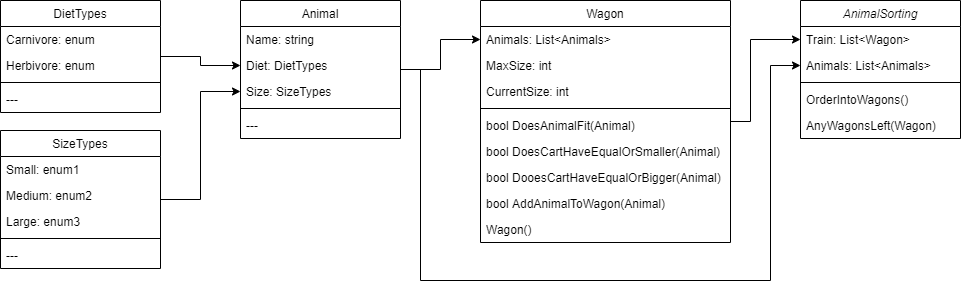
Crafter2000x/AlgoritmiekSemester2 keeps this draw.io diagram as Circustrein/Circustrein klassendiagram.png. Above is the earlier version. Source tidied: cells renumbered, new cells last; positions are measured from the earlier drawing's top-left corner, leaving out a move shared by most shapes. Its diagram source:
```xml
<mxGraphModel>
  <root>
    <mxCell id="0" />
    <mxCell id="1" parent="0" />
    <mxCell id="2" value="AnimalSorting" style="swimlane;fontStyle=2;align=center;verticalAlign=top;horizontal=1;startSize=26;rounded=0;shadow=0;strokeWidth=1;" parent="1" vertex="1">
      <mxGeometry x="800" width="160" height="138" as="geometry" />
    </mxCell>
    <mxCell id="3" value="Train: List&lt;Wagon&gt;" style="text;align=left;verticalAlign=top;spacingLeft=4;spacingRight=4;overflow=hidden;points=[[0,0.5],[1,0.5]];portConstraint=eastwest;rounded=0;shadow=0;html=0;" parent="2" vertex="1">
      <mxGeometry y="26" width="160" height="26" as="geometry" />
    </mxCell>
    <mxCell id="4" value="Animals: List&lt;Animals&gt; " style="text;align=left;verticalAlign=top;spacingLeft=4;spacingRight=4;overflow=hidden;points=[[0,0.5],[1,0.5]];portConstraint=eastwest;" parent="2" vertex="1">
      <mxGeometry y="52" width="160" height="26" as="geometry" />
    </mxCell>
    <mxCell id="5" style="line;html=1;strokeWidth=1;align=left;verticalAlign=middle;spacingTop=-1;spacingLeft=3;spacingRight=3;labelPosition=right;" parent="2" vertex="1">
      <mxGeometry y="78" width="160" height="8" as="geometry" />
    </mxCell>
    <mxCell id="6" value="OrderIntoWagons()" style="text;align=left;verticalAlign=top;spacingLeft=4;spacingRight=4;overflow=hidden;" parent="2" vertex="1">
      <mxGeometry y="86" width="160" height="26" as="geometry" />
    </mxCell>
    <mxCell id="7" value="AnyWagonsLeft(Wagon)" style="text;align=left;verticalAlign=top;spacingLeft=4;spacingRight=4;overflow=hidden;" parent="2" vertex="1">
      <mxGeometry y="112" width="160" height="26" as="geometry" />
    </mxCell>
    <mxCell id="8" style="edgeStyle=orthogonalEdgeStyle;rounded=0;jettySize=auto;html=1;entryX=0;entryY=0.5;entryDx=0;entryDy=0;" parent="1" edge="1" source="10" target="31">
      <mxGeometry relative="1" as="geometry" />
    </mxCell>
    <mxCell id="9" style="edgeStyle=orthogonalEdgeStyle;rounded=0;jettySize=auto;html=1;entryX=0;entryY=0.5;entryDx=0;entryDy=0;" parent="1" edge="1" source="10" target="4">
      <mxGeometry relative="1" as="geometry">
        <Array as="points">
          <mxPoint x="420" y="69" />
          <mxPoint x="420" y="280" />
          <mxPoint x="770" y="280" />
          <mxPoint x="770" y="65" />
        </Array>
      </mxGeometry>
    </mxCell>
    <mxCell id="10" value="Animal" style="swimlane;fontStyle=0;align=center;verticalAlign=top;horizontal=1;startSize=26;rounded=0;shadow=0;strokeWidth=1;" parent="1" vertex="1">
      <mxGeometry x="240" width="160" height="138" as="geometry" />
    </mxCell>
    <mxCell id="11" value="Name: string" style="text;align=left;verticalAlign=top;spacingLeft=4;spacingRight=4;overflow=hidden;" parent="10" vertex="1">
      <mxGeometry y="26" width="160" height="26" as="geometry" />
    </mxCell>
    <mxCell id="12" value="Diet: DietTypes&#10;" style="text;align=left;verticalAlign=top;spacingLeft=4;spacingRight=4;overflow=hidden;points=[[0,0.5],[1,0.5]];portConstraint=eastwest;rounded=0;shadow=0;html=0;" parent="10" vertex="1">
      <mxGeometry y="52" width="160" height="26" as="geometry" />
    </mxCell>
    <mxCell id="13" value="Size: SizeTypes&#10;" style="text;align=left;verticalAlign=top;spacingLeft=4;spacingRight=4;overflow=hidden;points=[[0,0.5],[1,0.5]];portConstraint=eastwest;rounded=0;shadow=0;html=0;" parent="10" vertex="1">
      <mxGeometry y="78" width="160" height="26" as="geometry" />
    </mxCell>
    <mxCell id="14" style="line;html=1;strokeWidth=1;align=left;verticalAlign=middle;spacingTop=-1;spacingLeft=3;spacingRight=3;labelPosition=right;" parent="10" vertex="1">
      <mxGeometry y="104" width="160" height="8" as="geometry" />
    </mxCell>
    <mxCell id="15" value="---" style="text;align=left;verticalAlign=top;spacingLeft=4;spacingRight=4;overflow=hidden;" parent="10" vertex="1">
      <mxGeometry y="112" width="160" height="26" as="geometry" />
    </mxCell>
    <mxCell id="16" style="edgeStyle=orthogonalEdgeStyle;rounded=0;jettySize=auto;html=1;" parent="1" edge="1" source="17" target="12">
      <mxGeometry relative="1" as="geometry" />
    </mxCell>
    <mxCell id="17" value="DietTypes" style="swimlane;fontStyle=0;align=center;verticalAlign=top;horizontal=1;startSize=26;rounded=0;shadow=0;strokeWidth=1;" parent="1" vertex="1">
      <mxGeometry width="160" height="112" as="geometry" />
    </mxCell>
    <mxCell id="18" value="Carnivore: enum" style="text;align=left;verticalAlign=top;spacingLeft=4;spacingRight=4;overflow=hidden;" parent="17" vertex="1">
      <mxGeometry y="26" width="160" height="26" as="geometry" />
    </mxCell>
    <mxCell id="19" value="Herbivore: enum" style="text;align=left;verticalAlign=top;spacingLeft=4;spacingRight=4;overflow=hidden;" parent="17" vertex="1">
      <mxGeometry y="52" width="160" height="26" as="geometry" />
    </mxCell>
    <mxCell id="20" style="line;html=1;strokeWidth=1;align=left;verticalAlign=middle;spacingTop=-1;spacingLeft=3;spacingRight=3;labelPosition=right;" parent="17" vertex="1">
      <mxGeometry y="78" width="160" height="8" as="geometry" />
    </mxCell>
    <mxCell id="21" value="---" style="text;align=left;verticalAlign=top;spacingLeft=4;spacingRight=4;overflow=hidden;" parent="17" vertex="1">
      <mxGeometry y="86" width="160" height="26" as="geometry" />
    </mxCell>
    <mxCell id="22" style="edgeStyle=orthogonalEdgeStyle;rounded=0;jettySize=auto;html=1;" parent="1" edge="1" source="23" target="13">
      <mxGeometry relative="1" as="geometry">
        <Array as="points">
          <mxPoint x="200" y="199" />
          <mxPoint x="200" y="91" />
        </Array>
      </mxGeometry>
    </mxCell>
    <mxCell id="23" value="SizeTypes" style="swimlane;fontStyle=0;align=center;verticalAlign=top;horizontal=1;startSize=26;rounded=0;shadow=0;strokeWidth=1;" parent="1" vertex="1">
      <mxGeometry y="130" width="160" height="138" as="geometry" />
    </mxCell>
    <mxCell id="24" value="Small: enum1&#10;" style="text;align=left;verticalAlign=top;spacingLeft=4;spacingRight=4;overflow=hidden;" parent="23" vertex="1">
      <mxGeometry y="26" width="160" height="26" as="geometry" />
    </mxCell>
    <mxCell id="25" value="Medium: enum2" style="text;align=left;verticalAlign=top;spacingLeft=4;spacingRight=4;overflow=hidden;" parent="23" vertex="1">
      <mxGeometry y="52" width="160" height="26" as="geometry" />
    </mxCell>
    <mxCell id="26" value="Large: enum3" style="text;align=left;verticalAlign=top;spacingLeft=4;spacingRight=4;overflow=hidden;" parent="23" vertex="1">
      <mxGeometry y="78" width="160" height="26" as="geometry" />
    </mxCell>
    <mxCell id="27" style="line;html=1;strokeWidth=1;align=left;verticalAlign=middle;spacingTop=-1;spacingLeft=3;spacingRight=3;labelPosition=right;" parent="23" vertex="1">
      <mxGeometry y="104" width="160" height="8" as="geometry" />
    </mxCell>
    <mxCell id="28" value="---" style="text;align=left;verticalAlign=top;spacingLeft=4;spacingRight=4;overflow=hidden;" parent="23" vertex="1">
      <mxGeometry y="112" width="160" height="26" as="geometry" />
    </mxCell>
    <mxCell id="29" style="edgeStyle=orthogonalEdgeStyle;rounded=0;jettySize=auto;html=1;" parent="1" edge="1" source="30" target="3">
      <mxGeometry relative="1" as="geometry">
        <Array as="points">
          <mxPoint x="750" y="121" />
          <mxPoint x="750" y="39" />
        </Array>
      </mxGeometry>
    </mxCell>
    <mxCell id="30" value="Wagon" style="swimlane;fontStyle=0;align=center;verticalAlign=top;horizontal=1;startSize=26;rounded=0;shadow=0;strokeWidth=1;" parent="1" vertex="1">
      <mxGeometry x="480" width="250" height="242" as="geometry" />
    </mxCell>
    <mxCell id="31" value="Animals: List&lt;Animals&gt; " style="text;align=left;verticalAlign=top;spacingLeft=4;spacingRight=4;overflow=hidden;points=[[0,0.5],[1,0.5]];portConstraint=eastwest;" parent="30" vertex="1">
      <mxGeometry y="26" width="250" height="26" as="geometry" />
    </mxCell>
    <mxCell id="32" value="MaxSize: int" style="text;align=left;verticalAlign=top;spacingLeft=4;spacingRight=4;overflow=hidden;rounded=0;shadow=0;html=0;" parent="30" vertex="1">
      <mxGeometry y="52" width="250" height="26" as="geometry" />
    </mxCell>
    <mxCell id="33" value="CurrentSize: int" style="text;align=left;verticalAlign=top;spacingLeft=4;spacingRight=4;overflow=hidden;rounded=0;shadow=0;html=0;" parent="30" vertex="1">
      <mxGeometry y="78" width="250" height="26" as="geometry" />
    </mxCell>
    <mxCell id="34" style="line;html=1;strokeWidth=1;align=left;verticalAlign=middle;spacingTop=-1;spacingLeft=3;spacingRight=3;labelPosition=right;" parent="30" vertex="1">
      <mxGeometry y="104" width="250" height="8" as="geometry" />
    </mxCell>
    <mxCell id="35" value="bool DoesAnimalFit(Animal)" style="text;align=left;verticalAlign=top;spacingLeft=4;spacingRight=4;overflow=hidden;rounded=0;shadow=0;html=0;" parent="30" vertex="1">
      <mxGeometry y="112" width="250" height="26" as="geometry" />
    </mxCell>
    <mxCell id="36" value="bool DoesCartHaveEqualOrSmaller(Animal)" style="text;align=left;verticalAlign=top;spacingLeft=4;spacingRight=4;overflow=hidden;rounded=0;shadow=0;html=0;" parent="30" vertex="1">
      <mxGeometry y="138" width="250" height="26" as="geometry" />
    </mxCell>
    <mxCell id="37" value="bool DooesCartHaveEqualOrBigger(Animal)" style="text;align=left;verticalAlign=top;spacingLeft=4;spacingRight=4;overflow=hidden;rounded=0;shadow=0;html=0;" parent="30" vertex="1">
      <mxGeometry y="164" width="250" height="26" as="geometry" />
    </mxCell>
    <mxCell id="38" value="bool AddAnimalToWagon(Animal)" style="text;align=left;verticalAlign=top;spacingLeft=4;spacingRight=4;overflow=hidden;rounded=0;shadow=0;html=0;" parent="30" vertex="1">
      <mxGeometry y="190" width="250" height="26" as="geometry" />
    </mxCell>
    <mxCell id="39" value="Wagon()" style="text;align=left;verticalAlign=top;spacingLeft=4;spacingRight=4;overflow=hidden;rounded=0;shadow=0;html=0;" parent="30" vertex="1">
      <mxGeometry y="216" width="250" height="26" as="geometry" />
    </mxCell>
  </root>
</mxGraphModel>
```
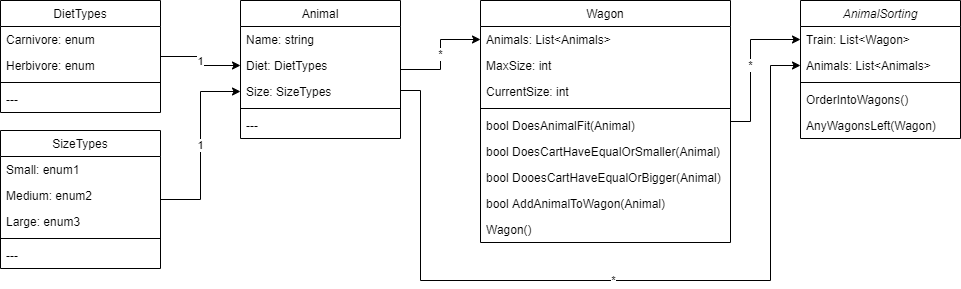
Later version of the same file.

Commit message:
Fixed a type in class diagram

What changed in the source:
```diff
@@ -20,13 +20,13 @@
     <mxCell id="7" value="AnyWagonsLeft(Wagon)" style="text;align=left;verticalAlign=top;spacingLeft=4;spacingRight=4;overflow=hidden;" parent="2" vertex="1">
       <mxGeometry y="112" width="160" height="26" as="geometry" />
     </mxCell>
-    <mxCell id="8" style="edgeStyle=orthogonalEdgeStyle;rounded=0;jettySize=auto;html=1;entryX=0;entryY=0.5;entryDx=0;entryDy=0;" parent="1" edge="1" source="10" target="31">
+    <mxCell id="8" value="*" style="edgeStyle=orthogonalEdgeStyle;rounded=0;jettySize=auto;html=1;entryX=0;entryY=0.5;entryDx=0;entryDy=0;" parent="1" edge="1" source="10" target="31">
       <mxGeometry relative="1" as="geometry" />
     </mxCell>
-    <mxCell id="9" style="edgeStyle=orthogonalEdgeStyle;rounded=0;jettySize=auto;html=1;entryX=0;entryY=0.5;entryDx=0;entryDy=0;" parent="1" edge="1" source="10" target="4">
+    <mxCell id="9" value="*" style="edgeStyle=orthogonalEdgeStyle;rounded=0;jettySize=auto;html=1;entryX=0;entryY=0.5;entryDx=0;entryDy=0;" parent="1" edge="1" source="10" target="4">
       <mxGeometry relative="1" as="geometry">
         <Array as="points">
-          <mxPoint x="420" y="69" />
+          <mxPoint x="420" y="90" />
           <mxPoint x="420" y="280" />
           <mxPoint x="770" y="280" />
           <mxPoint x="770" y="65" />
@@ -51,7 +51,7 @@
     <mxCell id="15" value="---" style="text;align=left;verticalAlign=top;spacingLeft=4;spacingRight=4;overflow=hidden;" parent="10" vertex="1">
       <mxGeometry y="112" width="160" height="26" as="geometry" />
     </mxCell>
-    <mxCell id="16" style="edgeStyle=orthogonalEdgeStyle;rounded=0;jettySize=auto;html=1;" parent="1" edge="1" source="17" target="12">
+    <mxCell id="16" value="1" style="edgeStyle=orthogonalEdgeStyle;rounded=0;jettySize=auto;html=1;" parent="1" edge="1" source="17" target="12">
       <mxGeometry relative="1" as="geometry" />
     </mxCell>
     <mxCell id="17" value="DietTypes" style="swimlane;fontStyle=0;align=center;verticalAlign=top;horizontal=1;startSize=26;rounded=0;shadow=0;strokeWidth=1;" parent="1" vertex="1">
@@ -69,7 +69,7 @@
     <mxCell id="21" value="---" style="text;align=left;verticalAlign=top;spacingLeft=4;spacingRight=4;overflow=hidden;" parent="17" vertex="1">
       <mxGeometry y="86" width="160" height="26" as="geometry" />
     </mxCell>
-    <mxCell id="22" style="edgeStyle=orthogonalEdgeStyle;rounded=0;jettySize=auto;html=1;" parent="1" edge="1" source="23" target="13">
+    <mxCell id="22" value="1" style="edgeStyle=orthogonalEdgeStyle;rounded=0;jettySize=auto;html=1;" parent="1" edge="1" source="23" target="13">
       <mxGeometry relative="1" as="geometry">
         <Array as="points">
           <mxPoint x="200" y="199" />
@@ -95,7 +95,7 @@
     <mxCell id="28" value="---" style="text;align=left;verticalAlign=top;spacingLeft=4;spacingRight=4;overflow=hidden;" parent="23" vertex="1">
       <mxGeometry y="112" width="160" height="26" as="geometry" />
     </mxCell>
-    <mxCell id="29" style="edgeStyle=orthogonalEdgeStyle;rounded=0;jettySize=auto;html=1;" parent="1" edge="1" source="30" target="3">
+    <mxCell id="29" value="*" style="edgeStyle=orthogonalEdgeStyle;rounded=0;jettySize=auto;html=1;" parent="1" edge="1" source="30" target="3">
       <mxGeometry relative="1" as="geometry">
         <Array as="points">
           <mxPoint x="750" y="121" />
```
